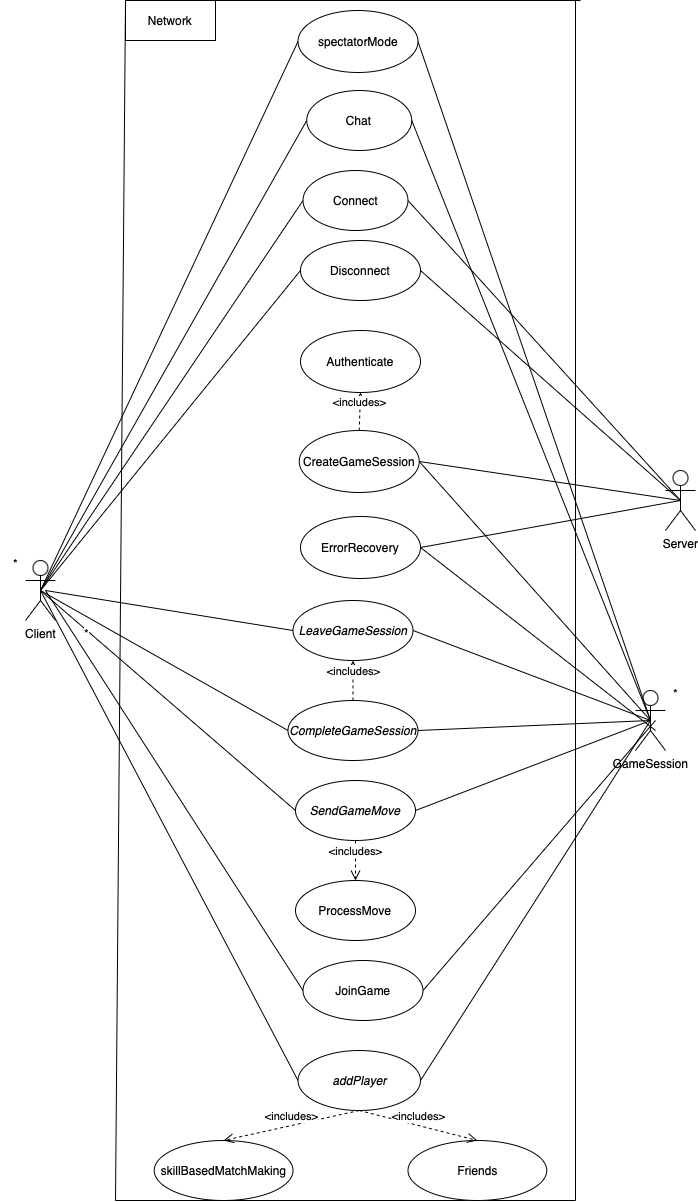
Earlier version of the draw.io export docs/diagrams/NetworkingUseCaseDiagram.png (marinara782/OMG-Multiplayer-Project). Source tidied: cells renumbered, new cells last; positions are measured from the earlier drawing's top-left corner, leaving out a move shared by most shapes.
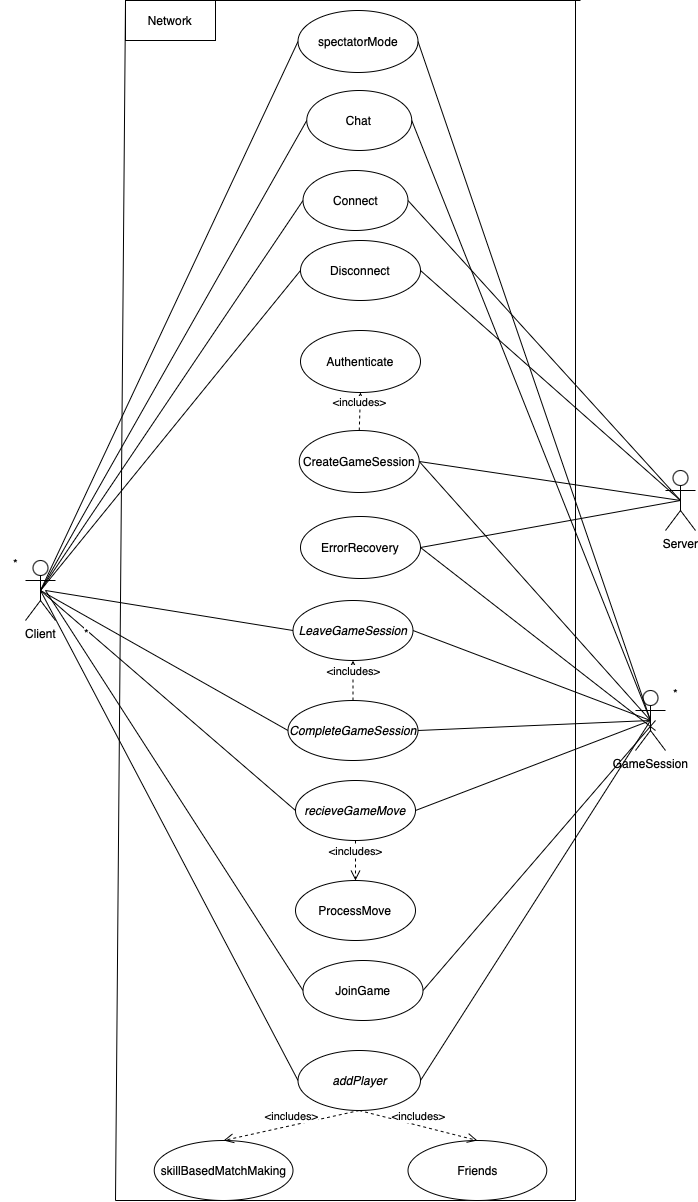
The same file after the commit.

Diff of the diagram source:
```diff
@@ -29,7 +29,7 @@
     <mxCell id="10" style="endArrow=none;html=1;rounded=0;exitX=1;exitY=0.5;exitDx=0;exitDy=0;entryX=0.5;entryY=0.5;entryDx=0;entryDy=0;entryPerimeter=0;" parent="1" edge="1" source="6" target="3">
       <mxGeometry relative="1" as="geometry" />
     </mxCell>
-    <mxCell id="11" value="&lt;i&gt;SendGameMove&lt;/i&gt;" style="ellipse;whiteSpace=wrap;html=1;" parent="1" vertex="1">
+    <mxCell id="11" value="&lt;i&gt;recieveGameMove&lt;/i&gt;" style="ellipse;whiteSpace=wrap;html=1;" parent="1" vertex="1">
       <mxGeometry x="295" y="780" width="120" height="60" as="geometry" />
     </mxCell>
     <mxCell id="12" style="endArrow=none;html=1;rounded=0;exitX=0.5;exitY=0.5;exitDx=0;exitDy=0;exitPerimeter=0;entryX=0;entryY=0.5;entryDx=0;entryDy=0;" parent="1" edge="1" source="2" target="11">
```
